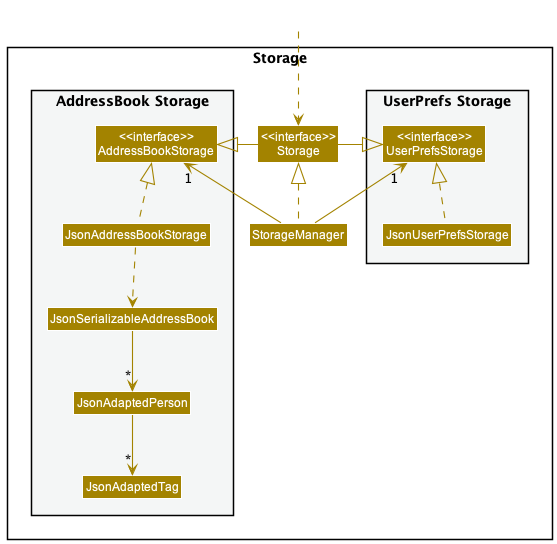
nus-cs2103-AY2223S1/tp keeps this PlantUML diagram as docs/images/dg/StorageClassDiagram.png. Above is the earlier version.
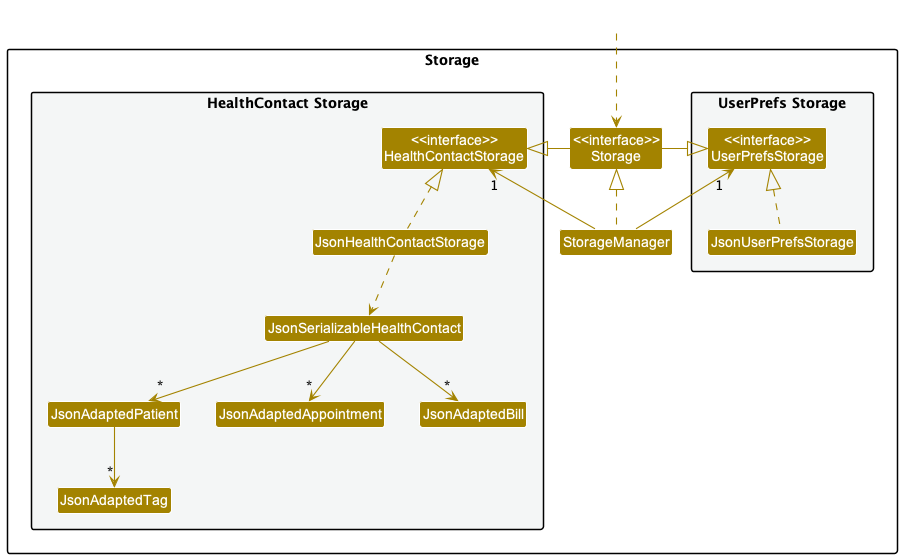
After the commit.

Commit message:
Update AddressBook to HealthContact

Diff of the diagram source:
```diff
@@ -14,11 +14,13 @@
 Class "<<interface>>\nStorage" as Storage
 Class StorageManager
 
-package "AddressBook Storage" #F4F6F6{
-Class "<<interface>>\nAddressBookStorage" as AddressBookStorage
-Class JsonAddressBookStorage
-Class JsonSerializableAddressBook
-Class JsonAdaptedPerson
+package "HealthContact Storage" #F4F6F6{
+Class "<<interface>>\nHealthContactStorage" as HealthContactStorage
+Class JsonHealthContactStorage
+Class JsonSerializableHealthContact
+Class JsonAdaptedPatient
+Class JsonAdaptedAppointment
+Class JsonAdaptedBill
 Class JsonAdaptedTag
 }
 
@@ -29,15 +31,17 @@
 
 StorageManager .up.|> Storage
 StorageManager -up-> "1" UserPrefsStorage
-StorageManager -up-> "1" AddressBookStorage
+StorageManager -up-> "1" HealthContactStorage
 
 Storage -left-|> UserPrefsStorage
-Storage -right-|> AddressBookStorage
+Storage -right-|> HealthContactStorage
 
 JsonUserPrefsStorage .up.|> UserPrefsStorage
-JsonAddressBookStorage .up.|> AddressBookStorage
-JsonAddressBookStorage ..> JsonSerializableAddressBook
-JsonSerializableAddressBook --> "*" JsonAdaptedPerson
-JsonAdaptedPerson --> "*" JsonAdaptedTag
+JsonHealthContactStorage .up.|> HealthContactStorage
+JsonHealthContactStorage ..> JsonSerializableHealthContact
+JsonSerializableHealthContact --> "*" JsonAdaptedPatient
+JsonSerializableHealthContact --> "*" JsonAdaptedAppointment
+JsonSerializableHealthContact --> "*" JsonAdaptedBill
+JsonAdaptedPatient --> "*" JsonAdaptedTag
 
 @enduml
```
